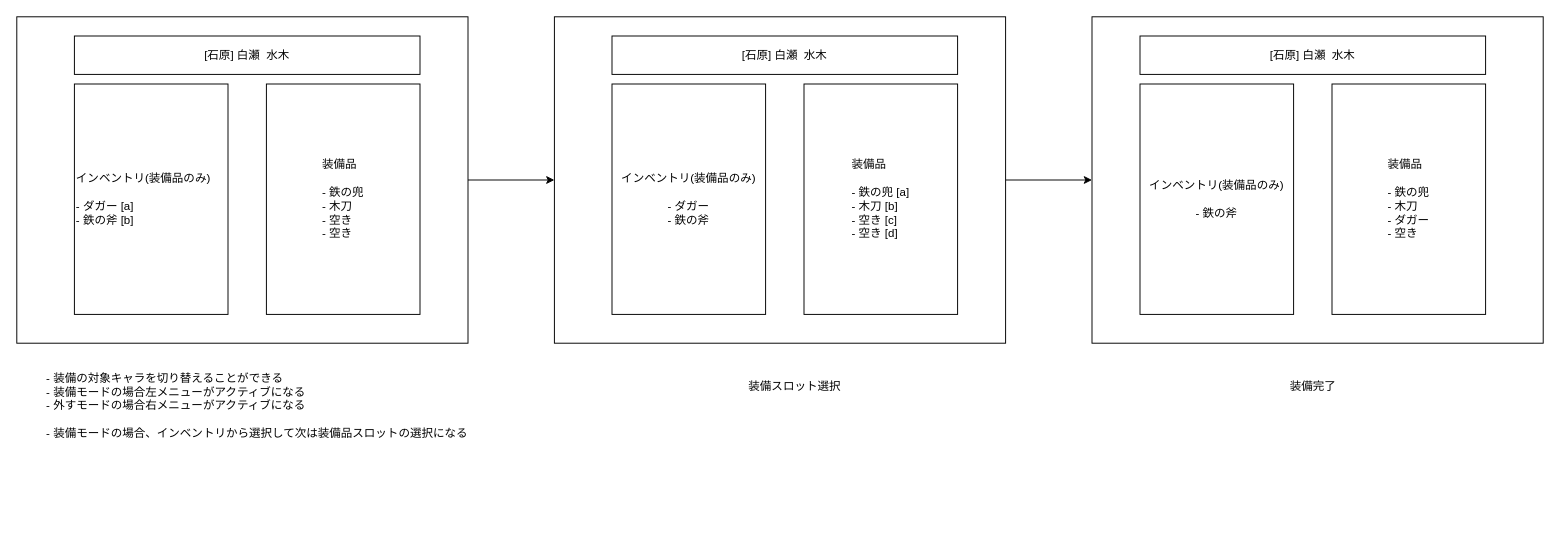
Before: page "装備画面" (7 of 7) of digger.drawio in kijimaD/digger_rs, a draw.io diagram. Source tidied: cells renumbered, new cells numbered last; positions are measured from the earlier drawing's top-left corner, leaving out a move shared by most shapes. Both pictures are drawn from the tidied source at 96%, with x=0, y=0 at pixel (16, 16).
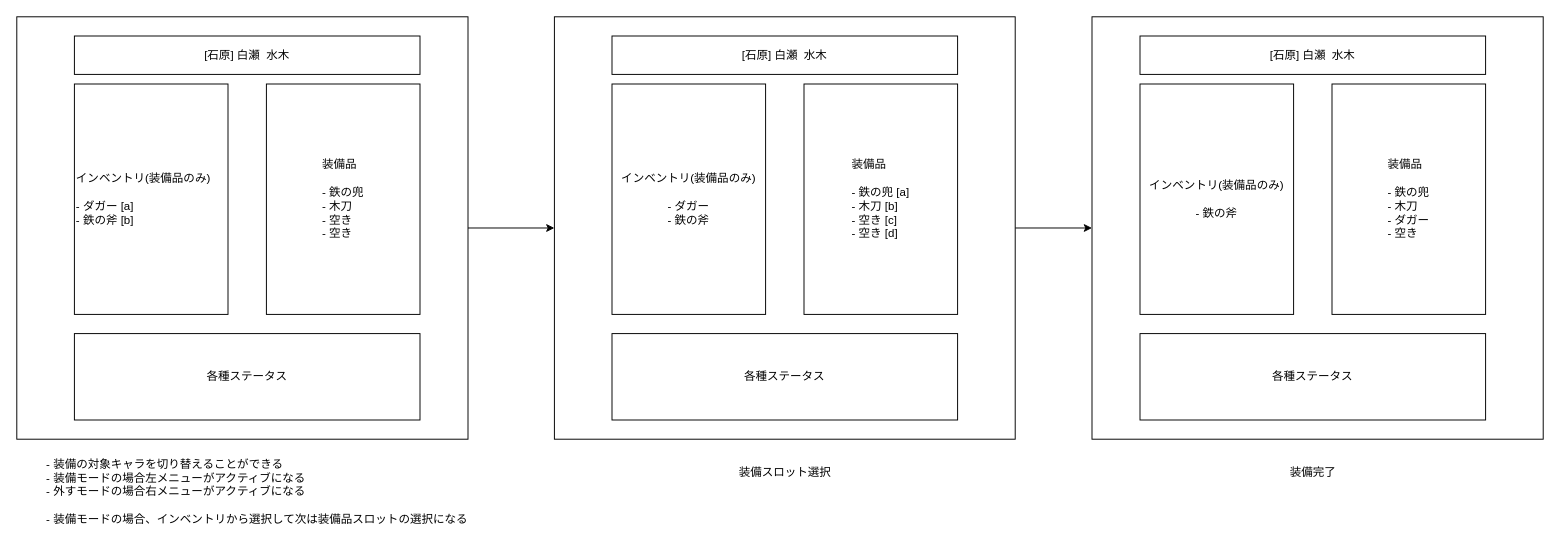
The same diagram, later.

Commit message:
digger.drawio を更新します

Diff of the diagram source:
```diff
@@
     <mxCell id="3" style="rounded=0;whiteSpace=wrap;html=1;" parent="1" vertex="1">
-      <mxGeometry width="470" height="340" as="geometry" />
+      <mxGeometry width="470" height="440" as="geometry" />
     </mxCell>
@@
     <mxCell id="8" style="rounded=0;whiteSpace=wrap;html=1;" parent="1" vertex="1">
-      <mxGeometry x="560" width="470" height="340" as="geometry" />
+      <mxGeometry x="560" width="480" height="440" as="geometry" />
     </mxCell>
@@
     <mxCell id="12" value="&lt;div align=&quot;left&quot;&gt;- 装備の対象キャラを切り替えることができる&lt;br&gt;&lt;/div&gt;&lt;div align=&quot;left&quot;&gt;- 装備モードの場合左メニューがアクティブになる&lt;/div&gt;&lt;div align=&quot;left&quot;&gt;- 外すモードの場合右メニューがアクティブになる&lt;/div&gt;&lt;div align=&quot;left&quot;&gt;&lt;br&gt;&lt;/div&gt;&lt;div align=&quot;left&quot;&gt;- 装備モードの場合、インベントリから選択して次は装備品スロットの選択になる&lt;br&gt;&lt;/div&gt;" style="text;html=1;align=center;verticalAlign=middle;strokeColor=none;fillColor=none;" parent="1" vertex="1">
-      <mxGeometry x="40" y="360" width="420" height="90" as="geometry" />
+      <mxGeometry x="40" y="450" width="420" height="90" as="geometry" />
     </mxCell>
     <mxCell id="13" style="rounded=0;whiteSpace=wrap;html=1;" parent="1" vertex="1">
-      <mxGeometry x="1120" width="470" height="340" as="geometry" />
+      <mxGeometry x="1120" width="470" height="440" as="geometry" />
     </mxCell>
@@
     <mxCell id="17" value="装備スロット選択" style="text;html=1;align=center;verticalAlign=middle;strokeColor=none;fillColor=none;" parent="1" vertex="1">
-      <mxGeometry x="755" y="370" width="110" height="30" as="geometry" />
+      <mxGeometry x="745" y="460" width="110" height="30" as="geometry" />
     </mxCell>
     <mxCell id="18" value="装備完了" style="text;html=1;align=center;verticalAlign=middle;strokeColor=none;fillColor=none;" parent="1" vertex="1">
-      <mxGeometry x="1315" y="370" width="70" height="30" as="geometry" />
+      <mxGeometry x="1315" y="460" width="70" height="30" as="geometry" />
     </mxCell>
+    <mxCell id="19" value="各種ステータス" style="rounded=0;whiteSpace=wrap;html=1;" parent="1" vertex="1">
+      <mxGeometry x="60" y="330" width="360" height="90" as="geometry" />
+    </mxCell>
+    <mxCell id="20" value="各種ステータス" style="rounded=0;whiteSpace=wrap;html=1;" parent="1" vertex="1">
+      <mxGeometry x="620" y="330" width="360" height="90" as="geometry" />
+    </mxCell>
+    <mxCell id="21" value="各種ステータス" style="rounded=0;whiteSpace=wrap;html=1;" parent="1" vertex="1">
+      <mxGeometry x="1170" y="330" width="360" height="90" as="geometry" />
+    </mxCell>
```
